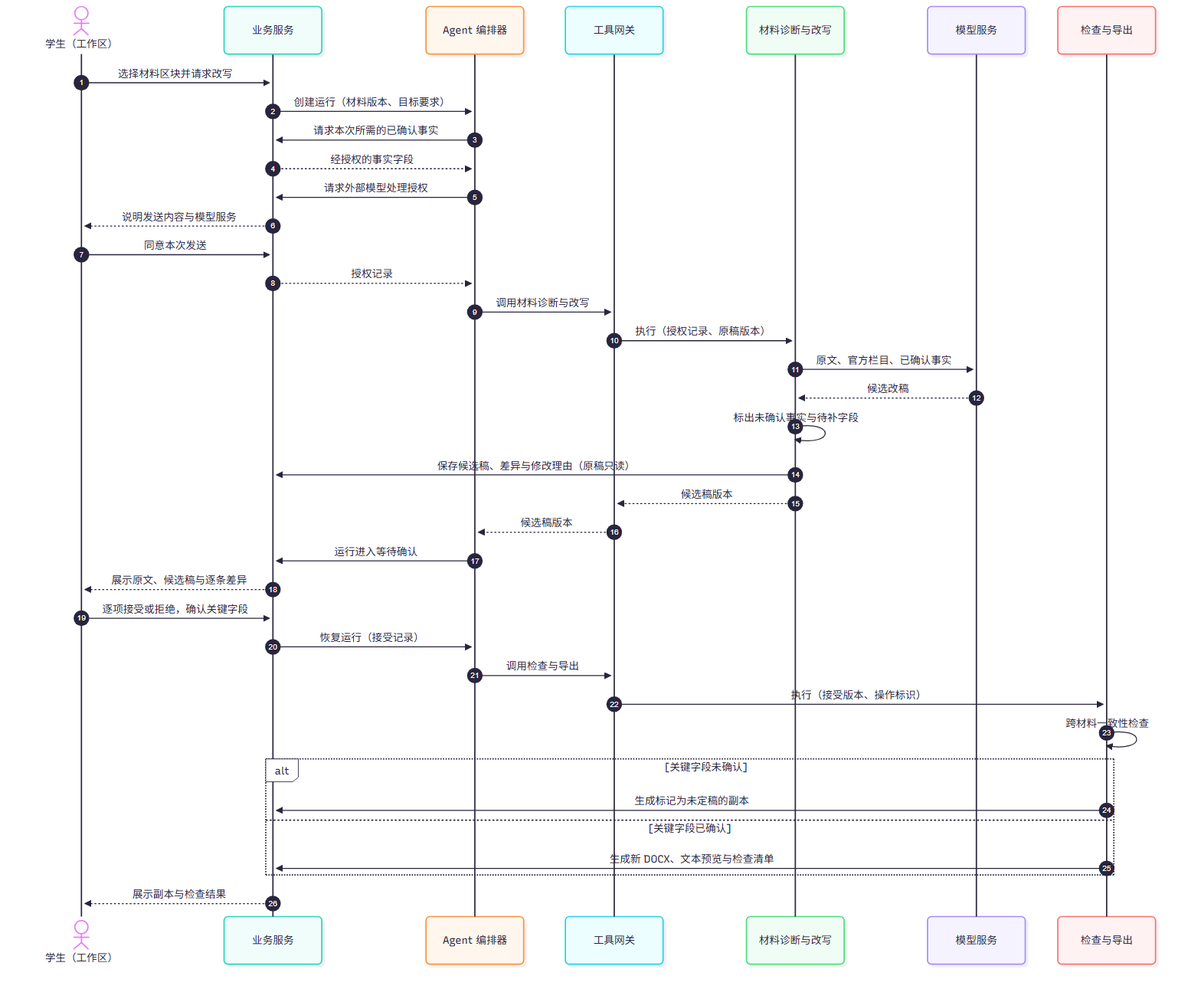
LotteryCamp/OfferPilot keeps this Mermaid diagram as docs/agent/diagrams/04_材料改写时序.png. Above is the earlier version. Its source is kept beside it as docs/agent/diagrams/04_材料改写时序.mmd. Source of this version:
```mermaid
sequenceDiagram
    autonumber
    actor U as 学生（工作区）
    participant B as 业务服务
    participant O as Agent 编排器
    participant G as 工具网关
    participant W as 材料诊断与改写
    participant M as 模型服务
    participant E as 检查与导出

    U->>B: 选择材料区块并请求改写
    B->>O: 创建运行（材料版本、目标要求）
    O->>B: 请求本次所需的已确认事实
    B-->>O: 经授权的事实字段
    O->>B: 请求外部模型处理授权
    B-->>U: 说明发送内容与模型服务
    U->>B: 同意本次发送
    B-->>O: 授权记录
    O->>G: 调用材料诊断与改写
    G->>W: 执行（授权记录、原稿版本）
    W->>M: 原文、官方栏目、已确认事实
    M-->>W: 候选改稿
    W->>W: 标出未确认事实与待补字段
    W->>B: 保存候选稿、差异与修改理由（原稿只读）
    W-->>G: 候选稿版本
    G-->>O: 候选稿版本
    O->>B: 运行进入等待确认
    B-->>U: 展示原文、候选稿与逐条差异
    U->>B: 逐项接受或拒绝，确认关键字段
    B->>O: 恢复运行（接受记录）
    O->>G: 调用检查与导出
    G->>E: 执行（接受版本、操作标识）
    E->>E: 跨材料一致性检查
    alt 关键字段未确认
        E->>B: 生成标记为未定稿的副本
    else 关键字段已确认
        E->>B: 生成新 DOCX、文本预览与检查清单
    end
    B-->>U: 展示副本与检查结果
```
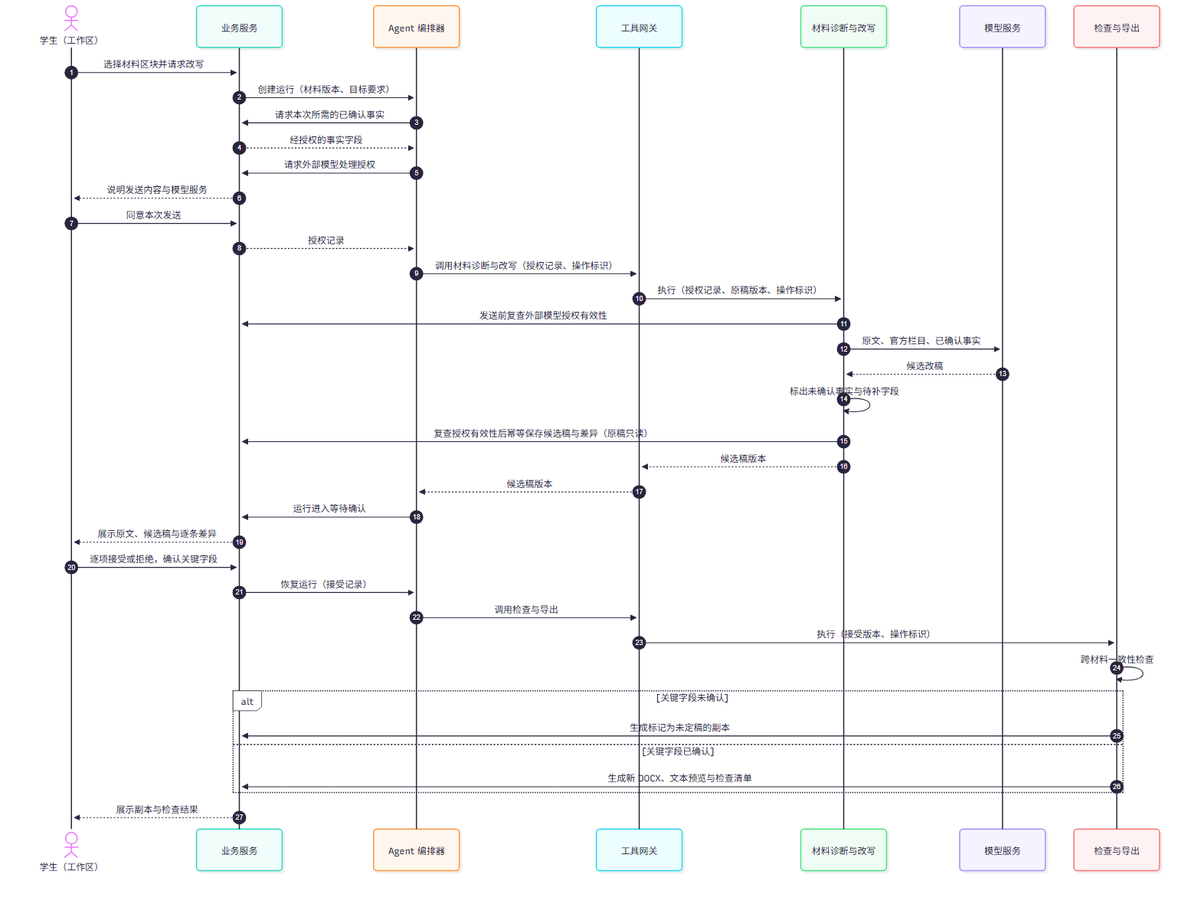
Above is the later version.

The edit, as a diff of the source:
```diff
@@ -16,12 +16,13 @@
     B-->>U: 说明发送内容与模型服务
     U->>B: 同意本次发送
     B-->>O: 授权记录
-    O->>G: 调用材料诊断与改写
-    G->>W: 执行（授权记录、原稿版本）
+    O->>G: 调用材料诊断与改写（授权记录、操作标识）
+    G->>W: 执行（授权记录、原稿版本、操作标识）
+    W->>B: 发送前复查外部模型授权有效性
     W->>M: 原文、官方栏目、已确认事实
     M-->>W: 候选改稿
     W->>W: 标出未确认事实与待补字段
-    W->>B: 保存候选稿、差异与修改理由（原稿只读）
+    W->>B: 复查授权有效性后幂等保存候选稿与差异（原稿只读）
     W-->>G: 候选稿版本
     G-->>O: 候选稿版本
     O->>B: 运行进入等待确认
```
